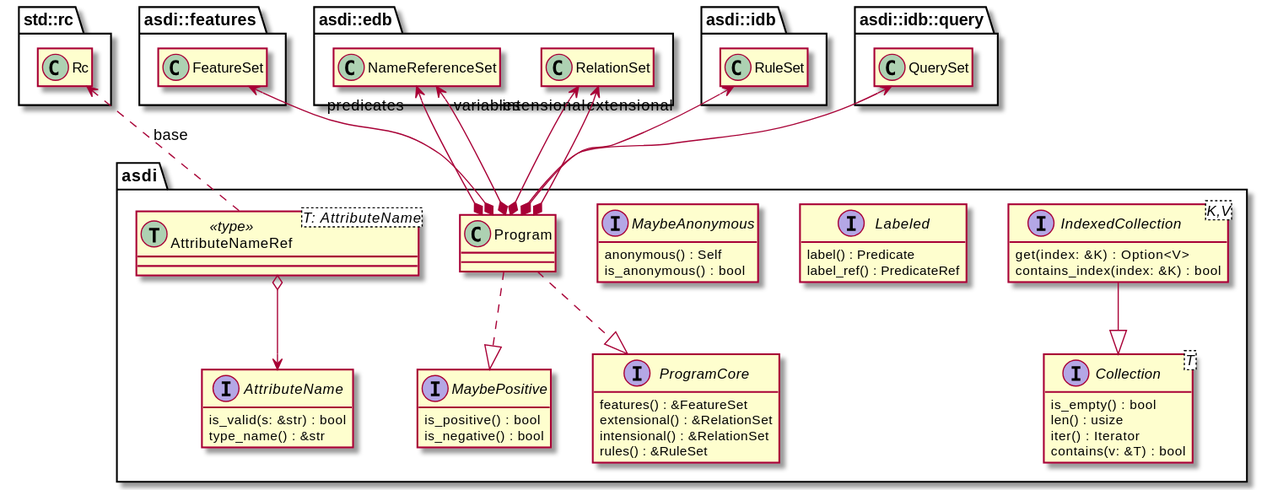
johnstonskj/rust-asdi keeps this PlantUML diagram as model/lib.svg. Above is the earlier version.
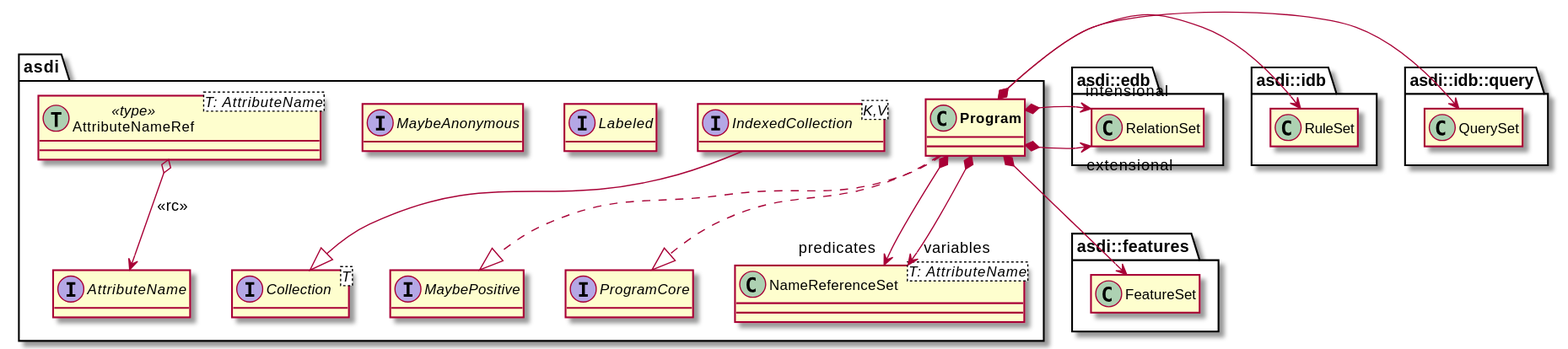
Later version of the same file.

Change to the diagram source:
```diff
@@ -1,18 +1,12 @@
 @startuml
 
 !include options.plantuml
-
-class std::rc::Rc
-hide "std::rc::Rc" members
 
 class asdi::features::FeatureSet
 hide "asdi::features::FeatureSet" members
 
 class asdi::edb::RelationSet
 hide "asdi::edb::RelationSet" members
-
-class asdi::edb::NameReferenceSet
-hide "asdi::edb::NameReferenceSet" members
 
 class asdi::idb::RuleSet
 hide "asdi::idb::RuleSet" members
@@ -22,56 +16,31 @@
 
 namespace asdi {
 
-    interface AttributeName {
-        is_valid(s: &str) : bool
-        type_name() : &str
-    }
-    interface Collection<T> {
-        is_empty() : bool
-        len() : usize
-        iter() : Iterator<&T>
-        contains(v: &T) : bool
-    }
-    interface IndexedCollection<K,V> {
-        get(index: &K) : Option<V>
-        contains_index(index: &K) : bool
-    }
-    interface Labeled {
-        label() : Predicate
-        label_ref() : PredicateRef
-    }
-    interface MaybeAnonymous {
-        anonymous() : Self
-        is_anonymous() : bool
-    }
-    interface MaybePositive {
-        is_positive() : bool
-        is_negative() : bool
-    }
-    interface ProgramCore {
-        features() : &FeatureSet
-        extensional() : &RelationSet
-        intensional() : &RelationSet
-        rules() : &RuleSet
-    }
+    interface AttributeName
+    interface Collection<T>
+    interface IndexedCollection<K,V>
+    interface Labeled
+    interface MaybeAnonymous
+    interface MaybePositive
+    interface ProgramCore
+
+    class AttributeNameRef<T: AttributeName> << (T,#ADD1B2) type>>
+    class NameReferenceSet<T: AttributeName>
+    class "**Program**" as Program
+
+    AttributeNameRef o-down-> AttributeName: <<rc>>
 
     IndexedCollection --|> Collection
 
-    class Program
-
     Program ..|> ProgramCore
     Program ..|> MaybePositive
-    Program *-up-> asdi::features::FeatureSet
-    Program *-up-> "extensional" asdi::edb::RelationSet
-    Program *-up-> "intensional" asdi::edb::RelationSet
-    Program *-up-> "predicates" asdi::edb::NameReferenceSet
-    Program *-up-> "variables" asdi::edb::NameReferenceSet
-    Program *-up-> asdi::idb::RuleSet
-    Program *-up-> asdi::idb::query::QuerySet
-
-    class AttributeNameRef<T: AttributeName> << (T,#ADD1B2) type>>
-    AttributeNameRef .up.> std::rc::Rc : base
-    AttributeNameRef o-down-> AttributeName
+    Program *--> asdi::features::FeatureSet
+    Program *-> "extensional" asdi::edb::RelationSet
+    Program *--> "intensional" asdi::edb::RelationSet
+    Program *--> "predicates" NameReferenceSet
+    Program *--> "variables" NameReferenceSet
+    Program *-> asdi::idb::RuleSet
+    Program *-> asdi::idb::query::QuerySet
 }
 
 @enduml
```
